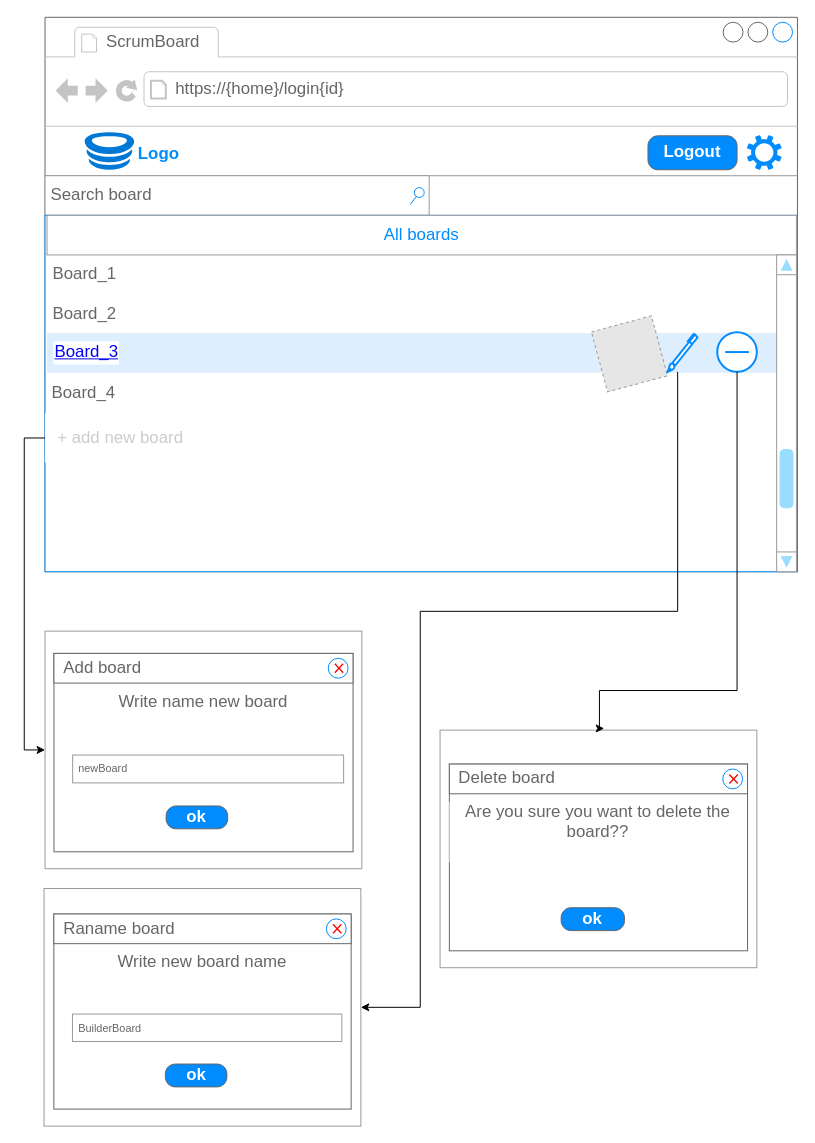
Before: page "Mockup_Login{id}" (5 of 9) of Board_Use_Case_Diagramm.drawio in ololnovolol/ScrumBoardApp, a draw.io diagram. Source tidied: cells renumbered, new cells numbered last; positions are measured from the earlier drawing's top-left corner, leaving out a move shared by most shapes. Both pictures are drawn from the tidied source at 99%, with x=0, y=0 at pixel (24, 17). Pictures stored in the file or linked from it are replaced by grey dashed boxes.
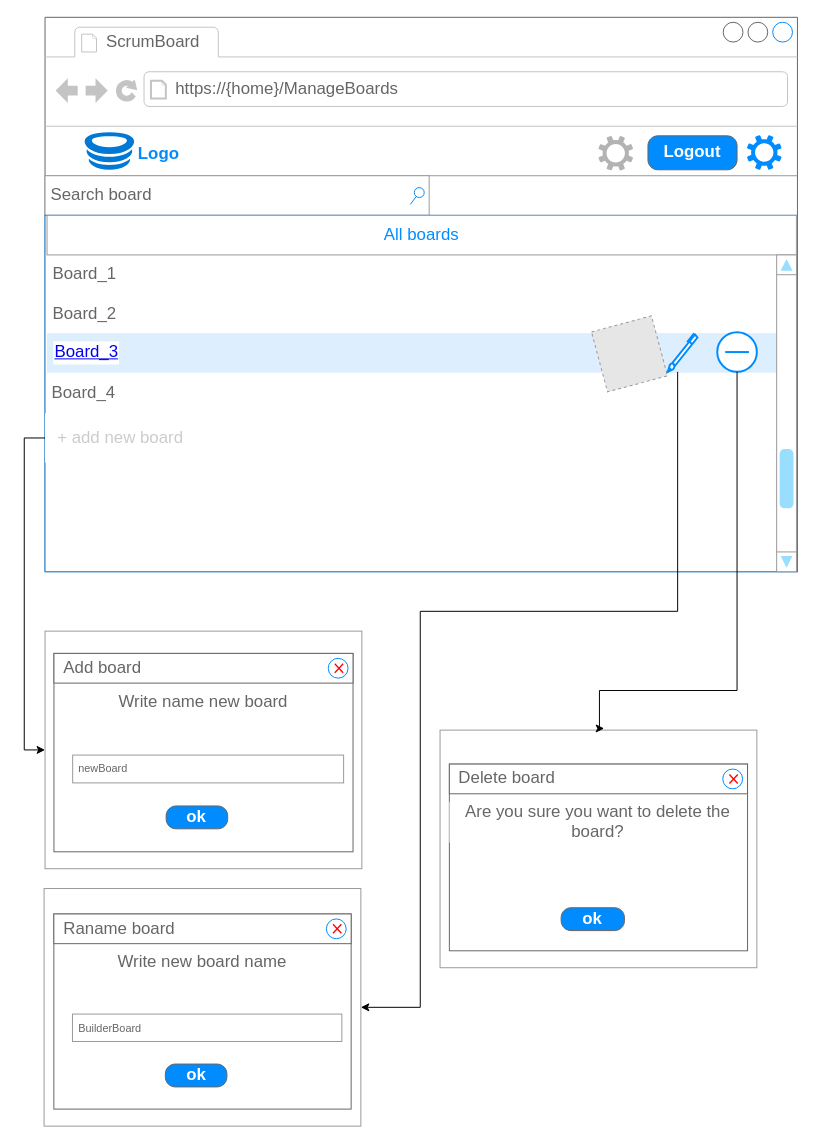
The same page after the edit.

The change refers to these unchanged cells:
```xml
<mxCell id="11" style="group;" parent="1" vertex="1">
  <mxGeometry x="420" y="720" width="320" height="240" as="geometry" />
</mxCell>
<mxCell id="28" style="strokeWidth=1;shadow=0;dashed=0;align=center;html=1;shape=mxgraph.mockup.containers.browserWindow;rSize=0;strokeColor=#666666;strokeColor2=#008cff;strokeColor3=#c4c4c4;mainText=,;" parent="1" vertex="1">
  <mxGeometry x="21" width="760" height="560" as="geometry" />
</mxCell>
```

The edit, as a diff of the source:
```diff
@@
-    <mxCell id="13" value="Are you sure you want to delete the board?? &lt;br&gt;&amp;nbsp;" style="strokeWidth=1;shadow=0;dashed=0;align=center;html=1;shape=mxgraph.mockup.containers.rrect;rSize=0;strokeColor=#666666;fontColor=#666666;fontSize=17;verticalAlign=top;whiteSpace=wrap;fillColor=#ffffff;spacingTop=32;labelBackgroundColor=default;labelBorderColor=none;fontFamily=Helvetica;" parent="11" vertex="1">
+    <mxCell id="13" value="Are you sure you want to delete the board?" style="strokeWidth=1;shadow=0;dashed=0;align=center;html=1;shape=mxgraph.mockup.containers.rrect;rSize=0;strokeColor=#666666;fontColor=#666666;fontSize=17;verticalAlign=top;whiteSpace=wrap;fillColor=#ffffff;spacingTop=32;labelBackgroundColor=default;labelBorderColor=none;fontFamily=Helvetica;" parent="11" vertex="1">
       <mxGeometry x="9.4" y="34.3" width="301.2" height="188.6" as="geometry" />
     </mxCell>
@@
-    <mxCell id="30" value="https://{home}/login{id}" style="strokeWidth=1;shadow=0;dashed=0;align=center;html=1;shape=mxgraph.mockup.containers.anchor;rSize=0;fontSize=17;fontColor=#666666;align=left;" parent="28" vertex="1">
+    <mxCell id="30" value="https://{home}/ManageBoards" style="strokeWidth=1;shadow=0;dashed=0;align=center;html=1;shape=mxgraph.mockup.containers.anchor;rSize=0;fontSize=17;fontColor=#666666;align=left;" parent="28" vertex="1">
       <mxGeometry x="130" y="60" width="250" height="26" as="geometry" />
     </mxCell>
@@
+    <mxCell id="52" style="sketch=0;shadow=0;dashed=0;html=1;strokeColor=none;labelPosition=center;verticalLabelPosition=bottom;verticalAlign=top;align=center;fillColor=#B3B3B3;shape=mxgraph.mscae.enterprise.settings;labelBackgroundColor=#008CFF;labelBorderColor=#008CFF;fontSize=11;fontColor=#008CFF;" parent="28" vertex="1">
+      <mxGeometry x="559" y="119.7" width="35" height="35" as="geometry" />
+    </mxCell>
```
